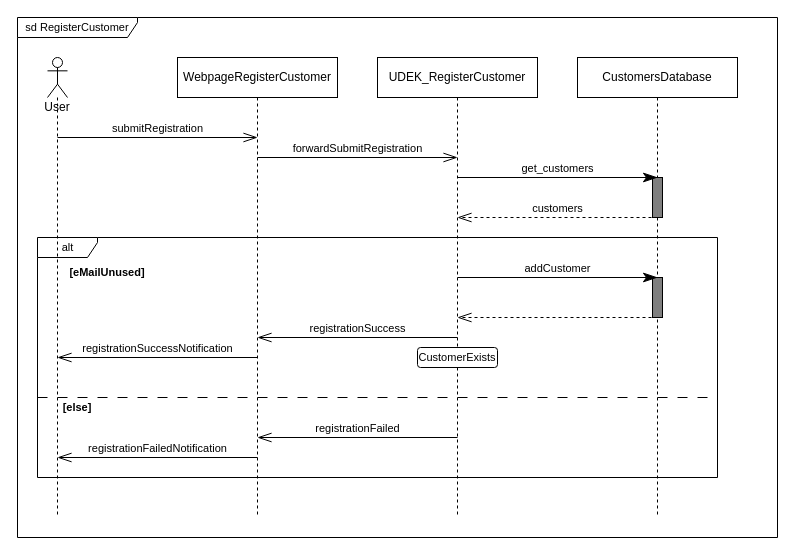
Before: a05_sequence_diagram_r01.drawio in melvdlin/swtlab, a draw.io diagram. Source tidied: cells renumbered, new cells numbered last; positions are measured from the earlier drawing's top-left corner, leaving out a move shared by most shapes. Both pictures are drawn from the tidied source at 100%, with x=0, y=0 at pixel (17, 17).
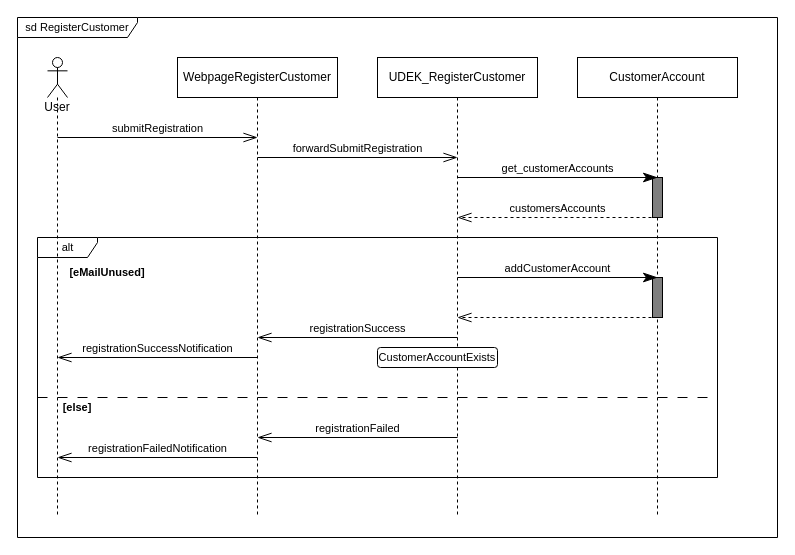
The same page after the edit.

What changed in the source:
```diff
@@
-    <mxCell id="7" value="CustomersDatabase" style="shape=umlLifeline;perimeter=lifelinePerimeter;whiteSpace=wrap;html=1;" parent="3" vertex="1">
+    <mxCell id="7" value="CustomerAccount" style="shape=umlLifeline;perimeter=lifelinePerimeter;whiteSpace=wrap;html=1;" parent="3" vertex="1">
       <mxGeometry x="560" y="40" width="160" height="460" as="geometry" />
     </mxCell>
@@
-    <mxCell id="19" value="addCustomer" style="endArrow=classicThin;html=1;rounded=0;labelBackgroundColor=default;fontFamily=Helvetica;fontSize=11;fontColor=default;startSize=12;endSize=12;strokeColor=default;shape=connector;endFill=1;verticalAlign=bottom;" parent="16" edge="1">
+    <mxCell id="19" value="addCustomerAccount" style="endArrow=classicThin;html=1;rounded=0;labelBackgroundColor=default;fontFamily=Helvetica;fontSize=11;fontColor=default;startSize=12;endSize=12;strokeColor=default;shape=connector;endFill=1;verticalAlign=bottom;" parent="16" edge="1">
       <mxGeometry relative="1" as="geometry">
         <mxPoint x="440" y="260" as="sourcePoint" />
         <mxPoint x="640" y="260" as="targetPoint" />
       </mxGeometry>
     </mxCell>
@@
-    <mxCell id="24" value="customers" style="edgeStyle=none;shape=connector;rounded=0;orthogonalLoop=1;jettySize=auto;html=1;labelBackgroundColor=default;fontFamily=Helvetica;fontSize=11;fontColor=default;endArrow=openThin;endFill=0;startSize=12;endSize=12;strokeColor=default;dashed=1;verticalAlign=bottom;" parent="16" edge="1">
+    <mxCell id="24" value="customersAccounts" style="edgeStyle=none;shape=connector;rounded=0;orthogonalLoop=1;jettySize=auto;html=1;labelBackgroundColor=default;fontFamily=Helvetica;fontSize=11;fontColor=default;endArrow=openThin;endFill=0;startSize=12;endSize=12;strokeColor=default;dashed=1;verticalAlign=bottom;" parent="16" edge="1">
       <mxGeometry relative="1" as="geometry">
         <mxPoint x="640" y="200" as="sourcePoint" />
         <mxPoint x="440" y="200" as="targetPoint" />
       </mxGeometry>
     </mxCell>
-    <mxCell id="25" value="get_customers" style="endArrow=classicThin;html=1;rounded=0;labelBackgroundColor=default;fontFamily=Helvetica;fontSize=11;fontColor=default;startSize=12;endSize=12;strokeColor=default;shape=connector;endFill=1;verticalAlign=bottom;" parent="16" edge="1">
+    <mxCell id="25" value="get_customerAccounts" style="endArrow=classicThin;html=1;rounded=0;labelBackgroundColor=default;fontFamily=Helvetica;fontSize=11;fontColor=default;startSize=12;endSize=12;strokeColor=default;shape=connector;endFill=1;verticalAlign=bottom;" parent="16" edge="1">
       <mxGeometry relative="1" as="geometry">
         <mxPoint x="440" y="160" as="sourcePoint" />
         <mxPoint x="640" y="160" as="targetPoint" />
       </mxGeometry>
     </mxCell>
@@
-    <mxCell id="28" value="CustomerExists" style="rounded=1;whiteSpace=wrap;html=1;fontFamily=Helvetica;fontSize=11;fontColor=default;strokeWidth=1;fillColor=default;gradientColor=none;" parent="27" vertex="1">
-      <mxGeometry x="400" y="330" width="80" height="20" as="geometry" />
+    <mxCell id="28" value="CustomerAccountExists" style="rounded=1;whiteSpace=wrap;html=1;fontFamily=Helvetica;fontSize=11;fontColor=default;strokeWidth=1;fillColor=default;gradientColor=none;" parent="27" vertex="1">
+      <mxGeometry x="360" y="330" width="120" height="20" as="geometry" />
     </mxCell>
```
